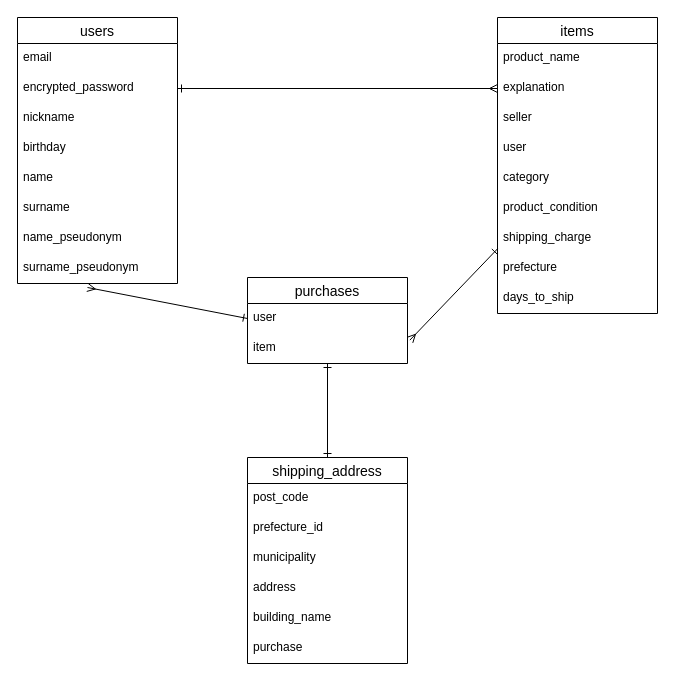
Above: test2.dio in yuukiuvw/furima-37560 (draw.io), before the change. Source tidied: cells renumbered, new cells numbered last; positions are measured from the earlier drawing's top-left corner, leaving out a move shared by most shapes. Both pictures are drawn from the tidied source at 100%, with x=0, y=0 at pixel (17, 17).
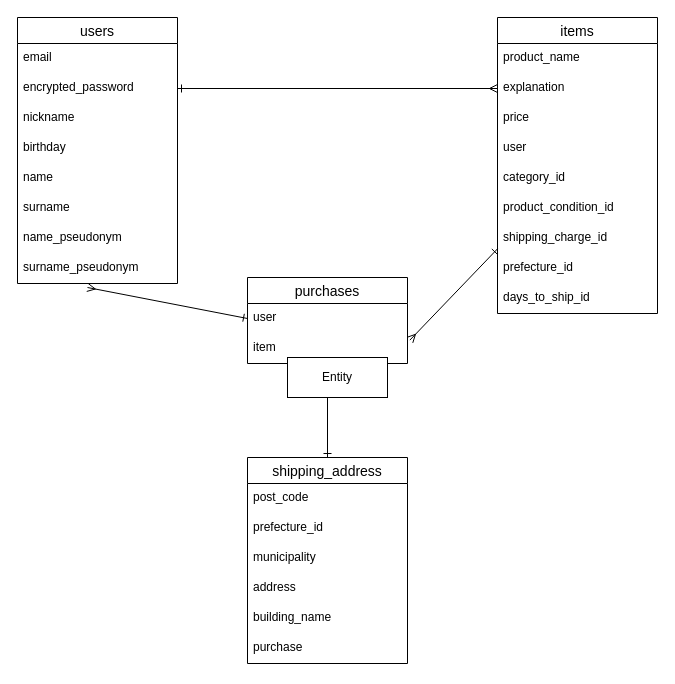
The same page after the edit.

The change refers to these unchanged cells:
```xml
<mxCell id="12" value="items" style="swimlane;fontStyle=0;horizontal=1;startSize=26;align=center;fontSize=14;" parent="1" vertex="1">
  <mxGeometry x="480" width="160" height="296" as="geometry" />
</mxCell>
```

Diff of the diagram source:
```diff
@@
-    <mxCell id="15" value="seller" style="text;strokeColor=none;fillColor=none;spacingLeft=4;spacingRight=4;overflow=hidden;fontSize=12;" parent="12" vertex="1">
-      <mxGeometry y="86" width="160" height="30" as="geometry" />
-    </mxCell>
+    <mxCell id="35" value="price" style="text;strokeColor=none;fillColor=none;spacingLeft=4;spacingRight=4;overflow=hidden;fontSize=12;" parent="12" vertex="1">
+      <mxGeometry y="86" width="160" height="30" as="geometry" />
+    </mxCell>
@@
-    <mxCell id="17" value="category" style="text;strokeColor=none;fillColor=none;spacingLeft=4;spacingRight=4;overflow=hidden;fontSize=12;" parent="12" vertex="1">
+    <mxCell id="17" value="category_id" style="text;strokeColor=none;fillColor=none;spacingLeft=4;spacingRight=4;overflow=hidden;fontSize=12;" parent="12" vertex="1">
       <mxGeometry y="146" width="160" height="30" as="geometry" />
     </mxCell>
-    <mxCell id="18" value="product_condition" style="text;strokeColor=none;fillColor=none;spacingLeft=4;spacingRight=4;overflow=hidden;fontSize=12;" parent="12" vertex="1">
+    <mxCell id="18" value="product_condition_id" style="text;strokeColor=none;fillColor=none;spacingLeft=4;spacingRight=4;overflow=hidden;fontSize=12;" parent="12" vertex="1">
       <mxGeometry y="176" width="160" height="30" as="geometry" />
     </mxCell>
-    <mxCell id="19" value="shipping_charge" style="text;strokeColor=none;fillColor=none;spacingLeft=4;spacingRight=4;overflow=hidden;fontSize=12;" parent="12" vertex="1">
+    <mxCell id="19" value="shipping_charge_id" style="text;strokeColor=none;fillColor=none;spacingLeft=4;spacingRight=4;overflow=hidden;fontSize=12;" parent="12" vertex="1">
       <mxGeometry y="206" width="160" height="30" as="geometry" />
     </mxCell>
-    <mxCell id="20" value="prefecture" style="text;strokeColor=none;fillColor=none;spacingLeft=4;spacingRight=4;overflow=hidden;fontSize=12;" parent="12" vertex="1">
+    <mxCell id="20" value="prefecture_id" style="text;strokeColor=none;fillColor=none;spacingLeft=4;spacingRight=4;overflow=hidden;fontSize=12;" parent="12" vertex="1">
       <mxGeometry y="236" width="160" height="30" as="geometry" />
     </mxCell>
-    <mxCell id="21" value="days_to_ship" style="text;strokeColor=none;fillColor=none;spacingLeft=4;spacingRight=4;overflow=hidden;fontSize=12;" parent="12" vertex="1">
+    <mxCell id="21" value="days_to_ship_id" style="text;strokeColor=none;fillColor=none;spacingLeft=4;spacingRight=4;overflow=hidden;fontSize=12;" parent="12" vertex="1">
       <mxGeometry y="266" width="160" height="30" as="geometry" />
     </mxCell>
@@
+    <mxCell id="36" value="Entity" style="whiteSpace=wrap;html=1;align=center;" parent="1" vertex="1">
+      <mxGeometry x="270" y="340" width="100" height="40" as="geometry" />
+    </mxCell>
```
